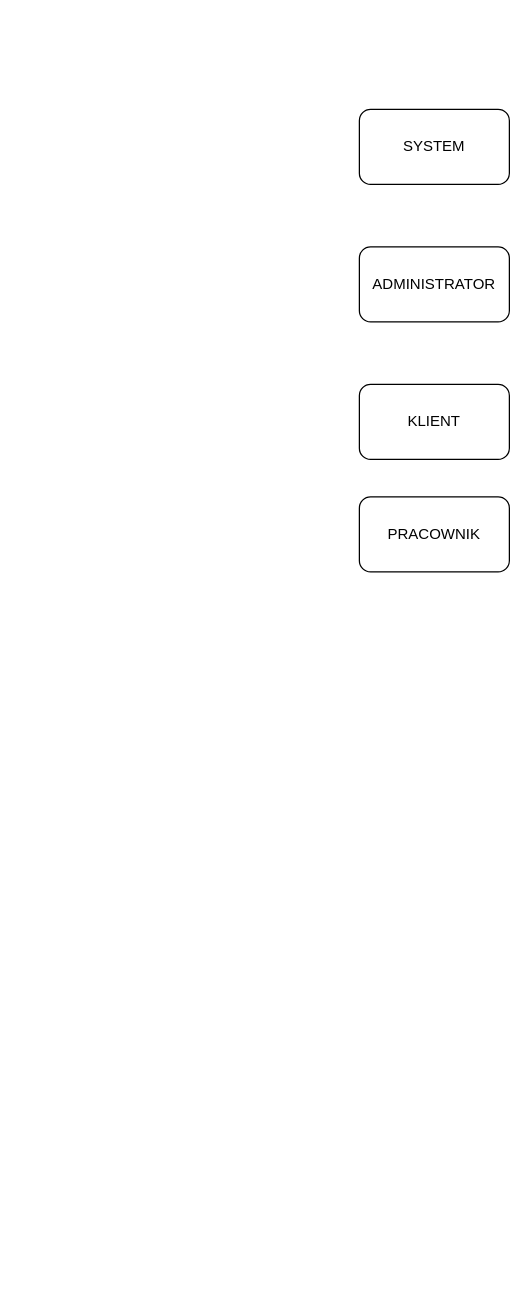
Before: Klasa 4/wers/kino.drawio in mostekd/lokalne-systemy-bazy-danych, a draw.io diagram. Source tidied: cells renumbered, new cells numbered last; positions are measured from the earlier drawing's top-left corner, leaving out a move shared by most shapes. Both pictures are drawn from the tidied source at 125%, with x=0, y=0 at pixel (359, 109).
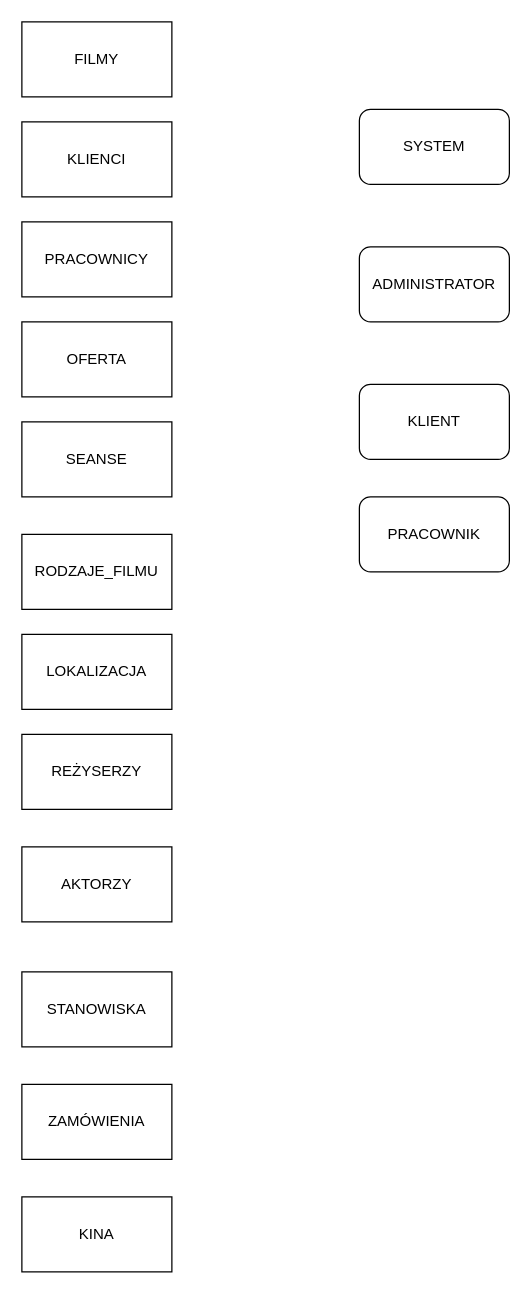
The same diagram, later.

The edit, as a diff of the source:
```diff
@@
 <mxGraphModel>
   <root>
     <mxCell id="0" />
     <mxCell id="1" parent="0" />
     <mxCell id="2" value="SYSTEM" style="rounded=1;whiteSpace=wrap;html=1;" parent="1" vertex="1">
       <mxGeometry width="120" height="60" as="geometry" />
     </mxCell>
     <mxCell id="3" value="ADMINISTRATOR" style="rounded=1;whiteSpace=wrap;html=1;" parent="1" vertex="1">
       <mxGeometry y="110" width="120" height="60" as="geometry" />
     </mxCell>
     <mxCell id="4" value="KLIENT" style="rounded=1;whiteSpace=wrap;html=1;" parent="1" vertex="1">
       <mxGeometry y="220" width="120" height="60" as="geometry" />
     </mxCell>
     <mxCell id="5" value="PRACOWNIK" style="rounded=1;whiteSpace=wrap;html=1;" parent="1" vertex="1">
       <mxGeometry y="310" width="120" height="60" as="geometry" />
     </mxCell>
+    <mxCell id="6" value="KLIENCI" style="rounded=0;whiteSpace=wrap;html=1;" parent="1" vertex="1">
+      <mxGeometry x="-270" y="10" width="120" height="60" as="geometry" />
+    </mxCell>
+    <mxCell id="7" value="PRACOWNICY" style="rounded=0;whiteSpace=wrap;html=1;" parent="1" vertex="1">
+      <mxGeometry x="-270" y="90" width="120" height="60" as="geometry" />
+    </mxCell>
+    <mxCell id="8" value="STANOWISKA" style="rounded=0;whiteSpace=wrap;html=1;" parent="1" vertex="1">
+      <mxGeometry x="-270" y="690" width="120" height="60" as="geometry" />
+    </mxCell>
+    <mxCell id="9" value="AKTORZY" style="rounded=0;whiteSpace=wrap;html=1;" parent="1" vertex="1">
+      <mxGeometry x="-270" y="590" width="120" height="60" as="geometry" />
+    </mxCell>
+    <mxCell id="10" value="FILMY" style="rounded=0;whiteSpace=wrap;html=1;" parent="1" vertex="1">
+      <mxGeometry x="-270" y="-70" width="120" height="60" as="geometry" />
+    </mxCell>
+    <mxCell id="11" value="REŻYSERZY" style="rounded=0;whiteSpace=wrap;html=1;" parent="1" vertex="1">
+      <mxGeometry x="-270" y="500" width="120" height="60" as="geometry" />
+    </mxCell>
+    <mxCell id="12" value="LOKALIZACJA" style="rounded=0;whiteSpace=wrap;html=1;" parent="1" vertex="1">
+      <mxGeometry x="-270" y="420" width="120" height="60" as="geometry" />
+    </mxCell>
+    <mxCell id="13" value="OFERTA" style="rounded=0;whiteSpace=wrap;html=1;" parent="1" vertex="1">
+      <mxGeometry x="-270" y="170" width="120" height="60" as="geometry" />
+    </mxCell>
+    <mxCell id="14" value="SEANSE" style="rounded=0;whiteSpace=wrap;html=1;" parent="1" vertex="1">
+      <mxGeometry x="-270" y="250" width="120" height="60" as="geometry" />
+    </mxCell>
+    <mxCell id="15" value="RODZAJE_FILMU" style="rounded=0;whiteSpace=wrap;html=1;" parent="1" vertex="1">
+      <mxGeometry x="-270" y="340" width="120" height="60" as="geometry" />
+    </mxCell>
+    <mxCell id="16" value="ZAMÓWIENIA" style="rounded=0;whiteSpace=wrap;html=1;" parent="1" vertex="1">
+      <mxGeometry x="-270" y="780" width="120" height="60" as="geometry" />
+    </mxCell>
+    <mxCell id="17" value="KINA" style="rounded=0;whiteSpace=wrap;html=1;" parent="1" vertex="1">
+      <mxGeometry x="-270" y="870" width="120" height="60" as="geometry" />
+    </mxCell>
   </root>
 </mxGraphModel>
```
